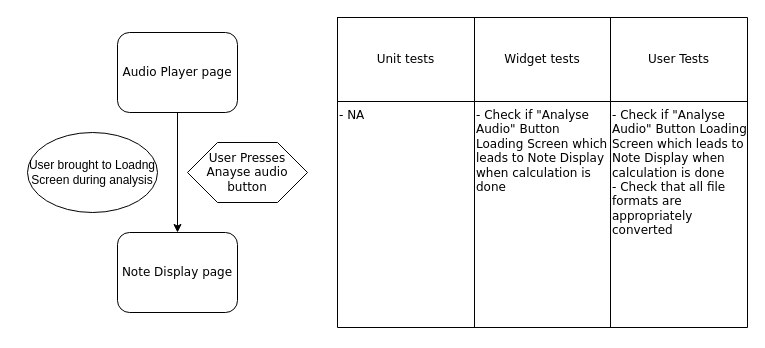
Earlier version of the draw.io diagram page "Audio Player -> Note Display" (11 of 13) of User flow.drawio (theshaydays/whistle). Source tidied: cells renumbered, new cells numbered last; positions are measured from the earlier drawing's top-left corner, leaving out a move shared by most shapes. Both pictures are drawn from the tidied source at 100%, with x=0, y=0 at pixel (27, 17).
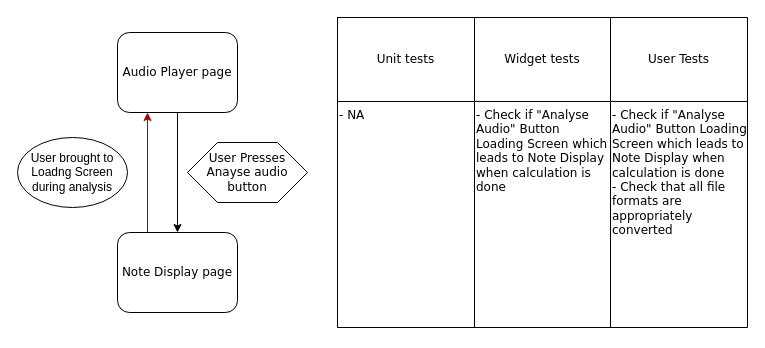
After the change.

Change to the diagram source:
```diff
@@
 <mxGraphModel>
   <root>
     <mxCell id="0" />
     <mxCell id="1" parent="0" />
     <mxCell id="2" style="edgeStyle=orthogonalEdgeStyle;rounded=0;jettySize=auto;html=1;entryX=0.5;entryY=0;entryDx=0;entryDy=0;" parent="1" edge="1" source="3" target="4">
       <mxGeometry relative="1" as="geometry" />
     </mxCell>
     <mxCell id="3" value="Audio Player page" style="rounded=1;whiteSpace=wrap;html=1;shadow=0;labelBackgroundColor=none;strokeWidth=1;fontFamily=Verdana;fontSize=12;align=center;" parent="1" vertex="1">
       <mxGeometry x="90" y="15" width="120" height="80" as="geometry" />
     </mxCell>
     <mxCell id="4" value="Note Display page" style="rounded=1;whiteSpace=wrap;html=1;shadow=0;labelBackgroundColor=none;strokeWidth=1;fontFamily=Verdana;fontSize=12;align=center;" parent="1" vertex="1">
       <mxGeometry x="90" y="215" width="120" height="80" as="geometry" />
     </mxCell>
     <mxCell id="5" value="&lt;div&gt;User Presses Anayse audio button&lt;br&gt;&lt;/div&gt;" style="shape=hexagon;perimeter=hexagonPerimeter;whiteSpace=wrap;html=1;rounded=0;shadow=0;labelBackgroundColor=none;strokeWidth=1;fontFamily=Verdana;fontSize=12;align=center;" parent="1" vertex="1">
       <mxGeometry x="160" y="125" width="120" height="60" as="geometry" />
     </mxCell>
     <mxCell id="6" value="User brought to Loadng Screen during analysis" style="ellipse;whiteSpace=wrap;html=1;" parent="1" vertex="1">
-      <mxGeometry y="115" width="130" height="80" as="geometry" />
+      <mxGeometry x="-10" y="120" width="110" height="70" as="geometry" />
     </mxCell>
     <mxCell id="7" style="shape=table;startSize=0;childLayout=tableLayout;fontFamily=Verdana;fontSize=12;" parent="1" vertex="1">
       <mxGeometry x="310" width="410" height="310" as="geometry" />
     </mxCell>
     <mxCell id="8" style="shape=tableRow;horizontal=0;startSize=0;swimlaneHead=0;swimlaneBody=0;top=0;left=0;bottom=0;right=0;fillColor=none;fontFamily=Verdana;fontSize=12;" parent="7" vertex="1">
       <mxGeometry width="410" height="84" as="geometry" />
     </mxCell>
     <mxCell id="9" value="Unit tests" style="shape=partialRectangle;html=1;whiteSpace=wrap;overflow=hidden;fillColor=none;top=0;left=0;bottom=0;right=0;fontFamily=Verdana;fontSize=12;" parent="8" vertex="1">
       <mxGeometry width="137" height="84" as="geometry" />
     </mxCell>
     <mxCell id="10" value="Widget tests" style="shape=partialRectangle;html=1;whiteSpace=wrap;overflow=hidden;fillColor=none;top=0;left=0;bottom=0;right=0;fontFamily=Verdana;fontSize=12;" parent="8" vertex="1">
       <mxGeometry x="137" width="136" height="84" as="geometry" />
     </mxCell>
     <mxCell id="11" value="User Tests" style="shape=partialRectangle;html=1;whiteSpace=wrap;overflow=hidden;fillColor=none;top=0;left=0;bottom=0;right=0;fontFamily=Verdana;fontSize=12;" parent="8" vertex="1">
       <mxGeometry x="273" width="137" height="84" as="geometry" />
     </mxCell>
     <mxCell id="12" style="shape=tableRow;horizontal=0;startSize=0;swimlaneHead=0;swimlaneBody=0;top=0;left=0;bottom=0;right=0;fillColor=none;fontFamily=Verdana;fontSize=12;align=left;verticalAlign=top;" parent="7" vertex="1">
       <mxGeometry y="84" width="410" height="226" as="geometry" />
     </mxCell>
     <mxCell id="13" value="- NA" style="shape=partialRectangle;html=1;whiteSpace=wrap;overflow=hidden;fillColor=none;top=0;left=0;bottom=0;right=0;fontFamily=Verdana;fontSize=12;align=left;verticalAlign=top;" parent="12" vertex="1">
       <mxGeometry width="137" height="226" as="geometry" />
     </mxCell>
     <mxCell id="14" value="&lt;div&gt;- Check if &quot;Analyse Audio&quot; Button Loading Screen which leads to Note Display when calculation is done&lt;/div&gt;" style="shape=partialRectangle;html=1;whiteSpace=wrap;overflow=hidden;fillColor=none;top=0;left=0;bottom=0;right=0;fontFamily=Verdana;fontSize=12;align=left;verticalAlign=top;" parent="12" vertex="1">
       <mxGeometry x="137" width="136" height="226" as="geometry" />
     </mxCell>
     <mxCell id="15" value="&lt;div&gt;- Check if &quot;Analyse Audio&quot; Button Loading Screen which leads to Note Display when calculation is done&lt;/div&gt;&lt;div&gt;- Check that all file formats are appropriately converted&lt;br&gt;&lt;/div&gt;" style="shape=partialRectangle;html=1;whiteSpace=wrap;overflow=hidden;fillColor=none;top=0;left=0;bottom=0;right=0;fontFamily=Verdana;fontSize=12;align=left;verticalAlign=top;" parent="12" vertex="1">
       <mxGeometry x="273" width="137" height="226" as="geometry" />
     </mxCell>
+    <mxCell id="16" style="edgeStyle=orthogonalEdgeStyle;rounded=0;jettySize=auto;html=1;exitX=0.25;exitY=0;exitDx=0;exitDy=0;entryX=0.25;entryY=1;entryDx=0;entryDy=0;fontSize=15;fillColor=#e51400;strokeColor=#B20000;" parent="1" edge="1" source="4" target="3">
+      <mxGeometry relative="1" as="geometry" />
+    </mxCell>
   </root>
 </mxGraphModel>
```
